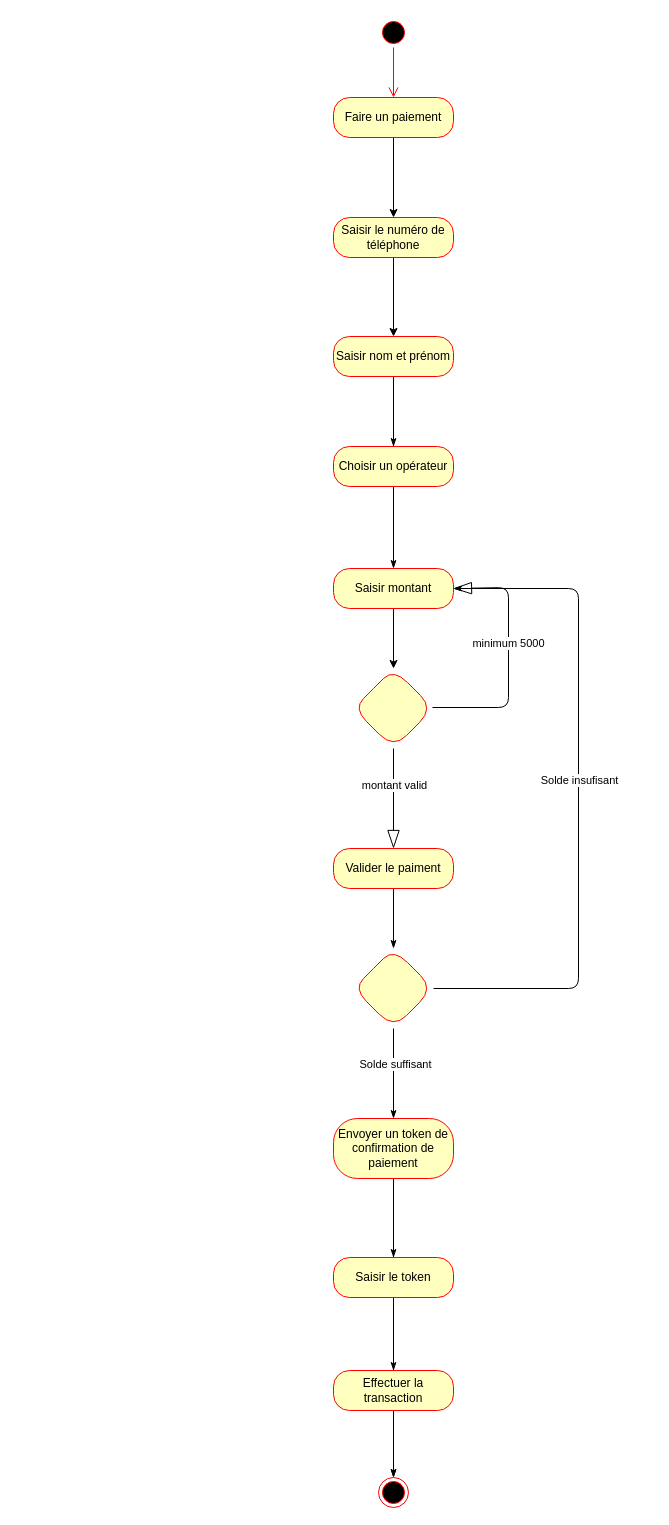
devalade/ilewemi keeps this draw.io diagram as page "Diagrame d'activité" (3 of 5) of uml-use_case_diagram.drawio. Above is the earlier version. Source tidied: cells renumbered, new cells numbered last; positions are measured from the earlier drawing's top-left corner, leaving out a move shared by most shapes. Both pictures are drawn from the tidied source at 100%, with x=0, y=0 at pixel (333, 17).
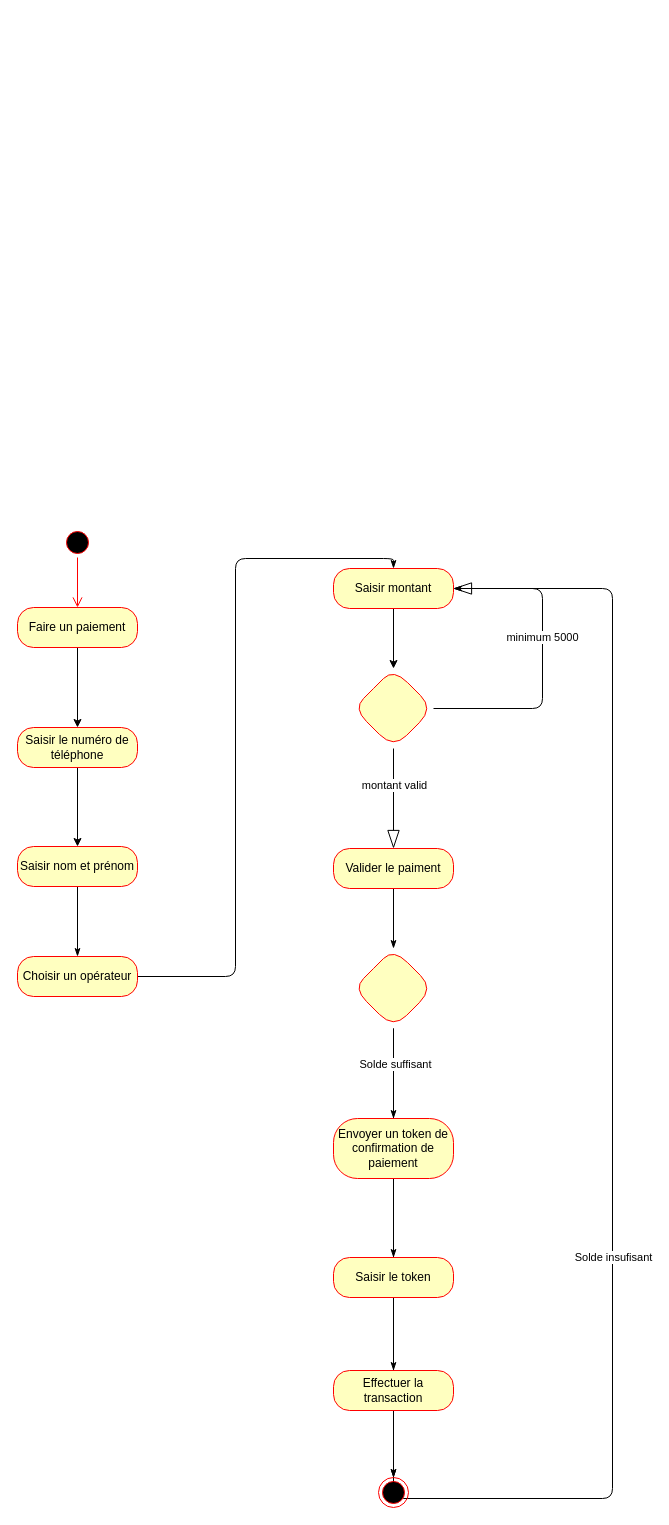
Above is the later version.

The change refers to these unchanged cells:
```xml
<mxCell id="9" value="Saisir montant" style="rounded=1;whiteSpace=wrap;html=1;arcSize=40;fontColor=#000000;fillColor=#ffffc0;strokeColor=#ff0000;" parent="1" vertex="1">
  <mxGeometry y="551" width="120" height="40" as="geometry" />
</mxCell>
<mxCell id="14" style="rhombus;whiteSpace=wrap;html=1;fillColor=#ffffc0;strokeColor=#ff0000;fontColor=#000000;rounded=1;arcSize=40;" parent="1" vertex="1">
  <mxGeometry x="20" y="651" width="80" height="80" as="geometry" />
</mxCell>
<mxCell id="25" style="rhombus;whiteSpace=wrap;html=1;fillColor=#ffffc0;strokeColor=#ff0000;fontColor=#000000;rounded=1;arcSize=40;" parent="1" vertex="1">
  <mxGeometry x="20" y="931" width="80" height="80" as="geometry" />
</mxCell>
```

The edit, as a diff of the source:
```diff
@@
     <mxCell id="2" style="ellipse;html=1;shape=startState;fillColor=#000000;strokeColor=#ff0000;" parent="1" vertex="1">
-      <mxGeometry x="45" width="30" height="30" as="geometry" />
+      <mxGeometry x="-271" y="510" width="30" height="30" as="geometry" />
     </mxCell>
@@
     <mxCell id="5" value="Faire un paiement" style="rounded=1;whiteSpace=wrap;html=1;arcSize=40;fontColor=#000000;fillColor=#ffffc0;strokeColor=#ff0000;" parent="1" vertex="1">
-      <mxGeometry y="80" width="120" height="40" as="geometry" />
+      <mxGeometry x="-316" y="590" width="120" height="40" as="geometry" />
     </mxCell>
@@
     <mxCell id="7" value="Saisir le numéro de téléphone" style="rounded=1;whiteSpace=wrap;html=1;arcSize=40;fontColor=#000000;fillColor=#ffffc0;strokeColor=#ff0000;" parent="1" vertex="1">
-      <mxGeometry y="200" width="120" height="40" as="geometry" />
+      <mxGeometry x="-316" y="710" width="120" height="40" as="geometry" />
     </mxCell>
@@
     <mxCell id="10" style="edgeStyle=orthogonalEdgeStyle;html=1;entryX=1;entryY=0.5;entryDx=0;entryDy=0;endArrow=blockThin;endFill=0;startSize=11;endSize=16;" parent="1" edge="1" source="14" target="9">
       <mxGeometry relative="1" as="geometry">
         <Array as="points">
-          <mxPoint x="175" y="690" />
-          <mxPoint x="175" y="570" />
+          <mxPoint x="209" y="691" />
+          <mxPoint x="209" y="571" />
         </Array>
       </mxGeometry>
     </mxCell>
@@
-    <mxCell id="17" style="edgeStyle=orthogonalEdgeStyle;html=1;entryX=0.5;entryY=0;entryDx=0;entryDy=0;endArrow=classicThin;endFill=1;startSize=11;endSize=6;" parent="1" edge="1" source="19" target="9">
+    <mxCell id="17" style="edgeStyle=orthogonalEdgeStyle;html=1;entryX=0.5;entryY=0;entryDx=0;entryDy=0;endArrow=classicThin;endFill=1;startSize=11;endSize=6;exitX=1;exitY=0.5;exitDx=0;exitDy=0;" parent="1" edge="1" source="20" target="9">
       <mxGeometry relative="1" as="geometry" />
     </mxCell>
@@
     <mxCell id="19" value="Saisir nom et prénom" style="rounded=1;whiteSpace=wrap;html=1;arcSize=40;fontColor=#000000;fillColor=#ffffc0;strokeColor=#ff0000;" parent="1" vertex="1">
-      <mxGeometry y="319" width="120" height="40" as="geometry" />
+      <mxGeometry x="-316" y="829" width="120" height="40" as="geometry" />
     </mxCell>
     <mxCell id="20" value="Choisir un opérateur" style="rounded=1;whiteSpace=wrap;html=1;arcSize=40;fontColor=#000000;fillColor=#ffffc0;strokeColor=#ff0000;" parent="1" vertex="1">
-      <mxGeometry y="429" width="120" height="40" as="geometry" />
+      <mxGeometry x="-316" y="939" width="120" height="40" as="geometry" />
     </mxCell>
     <mxCell id="21" style="edgeStyle=orthogonalEdgeStyle;html=1;entryX=1;entryY=0.5;entryDx=0;entryDy=0;endArrow=classicThin;endFill=1;startSize=11;endSize=6;" parent="1" edge="1" source="25" target="9">
       <mxGeometry relative="1" as="geometry">
         <Array as="points">
-          <mxPoint x="245" y="971" />
-          <mxPoint x="245" y="571" />
+          <mxPoint x="60" y="1481" />
+          <mxPoint x="279" y="1481" />
+          <mxPoint x="279" y="571" />
         </Array>
       </mxGeometry>
     </mxCell>
```
